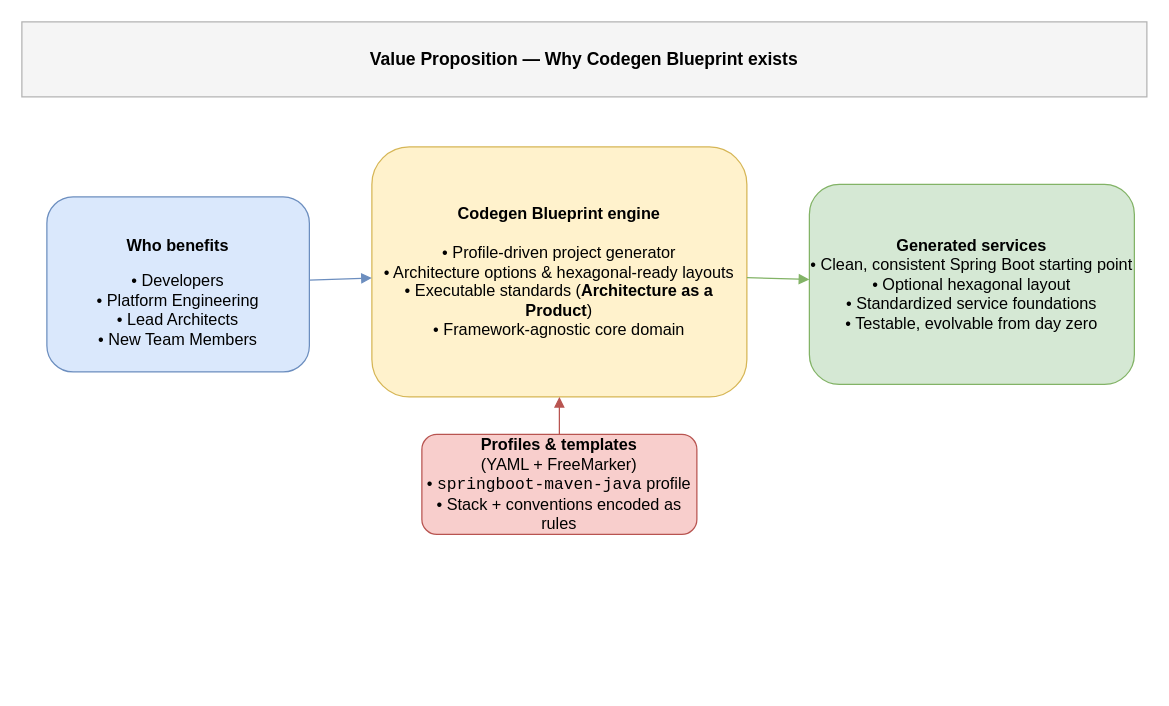
Above: docs/diagrams/value-proposition.drawio in bsayli/codegen-blueprint (draw.io), before the change. Source tidied: cells renumbered, new cells numbered last; positions are measured from the earlier drawing's top-left corner, leaving out a move shared by most shapes. Both pictures are drawn from the tidied source at 125%, with x=0, y=0 at pixel (21, 21).
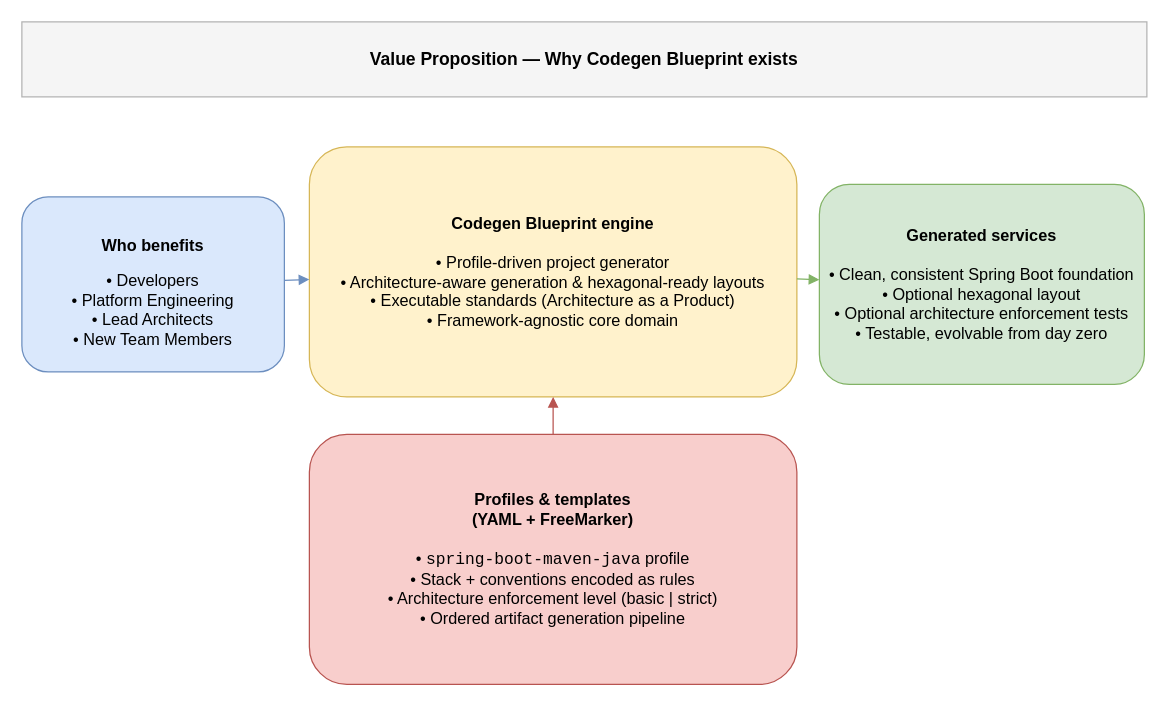
The same diagram, later.

Commit message (it also covers changes not shown here):
docs(architecture): update diagrams and visuals to reflect enforcement and governance

Diff of the diagram source:
```diff
@@
 <mxGraphModel>
   <root>
     <mxCell id="0" />
     <mxCell id="1" parent="0" />
     <mxCell id="2" value="&lt;p class=&quot;p1&quot;&gt;&lt;b&gt;Who benefits&lt;/b&gt;&lt;/p&gt;• Developers&lt;br&gt;• Platform Engineering&lt;br&gt;• Lead Architects&lt;br&gt;• New Team Members" style="rounded=1;whiteSpace=wrap;html=1;fillColor=#dae8fc;strokeColor=#6c8ebf;fontSize=13;" parent="1" vertex="1">
-      <mxGeometry x="20" y="140" width="210" height="140" as="geometry" />
+      <mxGeometry y="140" width="210" height="140" as="geometry" />
     </mxCell>
-    <mxCell id="3" value="&lt;b&gt;Codegen Blueprint engine&lt;/b&gt;&lt;br&gt;&lt;br&gt;• Profile-driven project generator&lt;br&gt;• Architecture options &amp;amp; hexagonal-ready layouts&lt;br&gt;• Executable standards (&lt;b&gt;Architecture as a Product&lt;/b&gt;)&lt;br&gt;• Framework-agnostic core domain" style="rounded=1;whiteSpace=wrap;html=1;fillColor=#fff2cc;strokeColor=#d6b656;fontSize=13;" parent="1" vertex="1">
-      <mxGeometry x="280" y="100" width="300" height="200" as="geometry" />
+    <mxCell id="3" value="&lt;b&gt;Codegen Blueprint engine&lt;/b&gt;&lt;br&gt;&lt;br&gt;• &lt;span style=&quot;background-color: transparent;&quot;&gt;Profile-driven project generator&lt;/span&gt;&lt;div&gt;• Architecture-aware generation&amp;nbsp;&lt;span style=&quot;background-color: transparent; color: light-dark(rgb(0, 0, 0), rgb(255, 255, 255));&quot;&gt;&amp;amp; hexagonal-ready layouts&lt;/span&gt;&lt;/div&gt;&lt;div&gt;• Executable standards (Architecture as a Product)&lt;/div&gt;&lt;div&gt;• Framework-agnostic core domain&lt;/div&gt;" style="rounded=1;whiteSpace=wrap;html=1;fillColor=#fff2cc;strokeColor=#d6b656;fontSize=13;" parent="1" vertex="1">
+      <mxGeometry x="230" y="100" width="390" height="200" as="geometry" />
     </mxCell>
-    <mxCell id="4" value="&lt;b&gt;Profiles &amp;amp; templates&lt;/b&gt;&lt;br&gt;(YAML + FreeMarker)&lt;br&gt;• &lt;code&gt;springboot-maven-java&lt;/code&gt; profile&lt;br&gt;• Stack + conventions encoded as rules" style="rounded=1;whiteSpace=wrap;html=1;fillColor=#f8cecc;strokeColor=#b85450;fontSize=13;" parent="1" vertex="1">
-      <mxGeometry x="320" y="330" width="220" height="80" as="geometry" />
+    <mxCell id="4" value="&lt;b&gt;Profiles &amp;amp; templates&lt;/b&gt;&lt;div&gt;&lt;b&gt;(YAML + FreeMarker)&lt;/b&gt;&lt;/div&gt;&lt;div&gt;&lt;br&gt;• &lt;code&gt;spring-boot-maven-java&lt;/code&gt; profile&lt;br&gt;• Stack + conventions encoded as rules&lt;/div&gt;&lt;div&gt;• Architecture enforcement level&amp;nbsp;&lt;span style=&quot;background-color: transparent; color: light-dark(rgb(0, 0, 0), rgb(255, 255, 255));&quot;&gt;(basic | strict)&lt;/span&gt;&lt;/div&gt;&lt;div&gt;• Ordered artifact generation pipeline&lt;br&gt;&lt;/div&gt;" style="rounded=1;whiteSpace=wrap;html=1;fillColor=#f8cecc;strokeColor=#b85450;fontSize=13;" parent="1" vertex="1">
+      <mxGeometry x="230" y="330" width="390" height="200" as="geometry" />
     </mxCell>
-    <mxCell id="5" value="&lt;b&gt;Generated services&lt;/b&gt;&lt;br&gt;&lt;div&gt;• Clean, consistent Spring Boot starting point&lt;/div&gt;&lt;div&gt;• Optional hexagonal layout&lt;/div&gt;&lt;div&gt;• Standardized service foundations&lt;/div&gt;&lt;div&gt;• Testable, evolvable from day zero&lt;/div&gt;" style="rounded=1;whiteSpace=wrap;html=1;fillColor=#d5e8d4;strokeColor=#82b366;fontSize=13;" parent="1" vertex="1">
-      <mxGeometry x="630" y="130" width="260" height="160" as="geometry" />
+    <mxCell id="5" value="&lt;b&gt;Generated services&lt;/b&gt;&lt;div&gt;&lt;b&gt;&lt;br&gt;&lt;/b&gt;&lt;div&gt;• &lt;span style=&quot;background-color: transparent;&quot;&gt;Clean, consistent Spring Boot foundation&lt;/span&gt;&lt;/div&gt;&lt;div&gt;• Optional hexagonal layout&lt;/div&gt;&lt;div&gt;• Optional architecture enforcement tests&lt;/div&gt;&lt;div&gt;• Testable, evolvable from day zero&lt;/div&gt;&lt;/div&gt;" style="rounded=1;whiteSpace=wrap;html=1;fillColor=#d5e8d4;strokeColor=#82b366;fontSize=13;" parent="1" vertex="1">
+      <mxGeometry x="638" y="130" width="260" height="160" as="geometry" />
     </mxCell>
     <mxCell id="6" value="&lt;p class=&quot;p1&quot;&gt;Value Proposition — Why Codegen Blueprint exists&lt;/p&gt;" style="rounded=0;whiteSpace=wrap;html=1;fillColor=#f5f5f5;strokeColor=#b3b3b3;fontStyle=1;fontSize=14;align=center;verticalAlign=middle;" parent="1" vertex="1">
       <mxGeometry width="900" height="60" as="geometry" />
     </mxCell>
     <mxCell id="7" style="endArrow=block;html=1;rounded=0;strokeColor=#6c8ebf;" parent="1" edge="1" source="2" target="3">
       <mxGeometry relative="1" as="geometry" />
     </mxCell>
     <mxCell id="8" style="endArrow=block;html=1;rounded=0;strokeColor=#b85450;" parent="1" edge="1" source="4" target="3">
       <mxGeometry relative="1" as="geometry" />
     </mxCell>
     <mxCell id="9" style="endArrow=block;html=1;rounded=0;strokeColor=#82b366;" parent="1" edge="1" source="3" target="5">
       <mxGeometry relative="1" as="geometry" />
     </mxCell>
   </root>
 </mxGraphModel>
```
